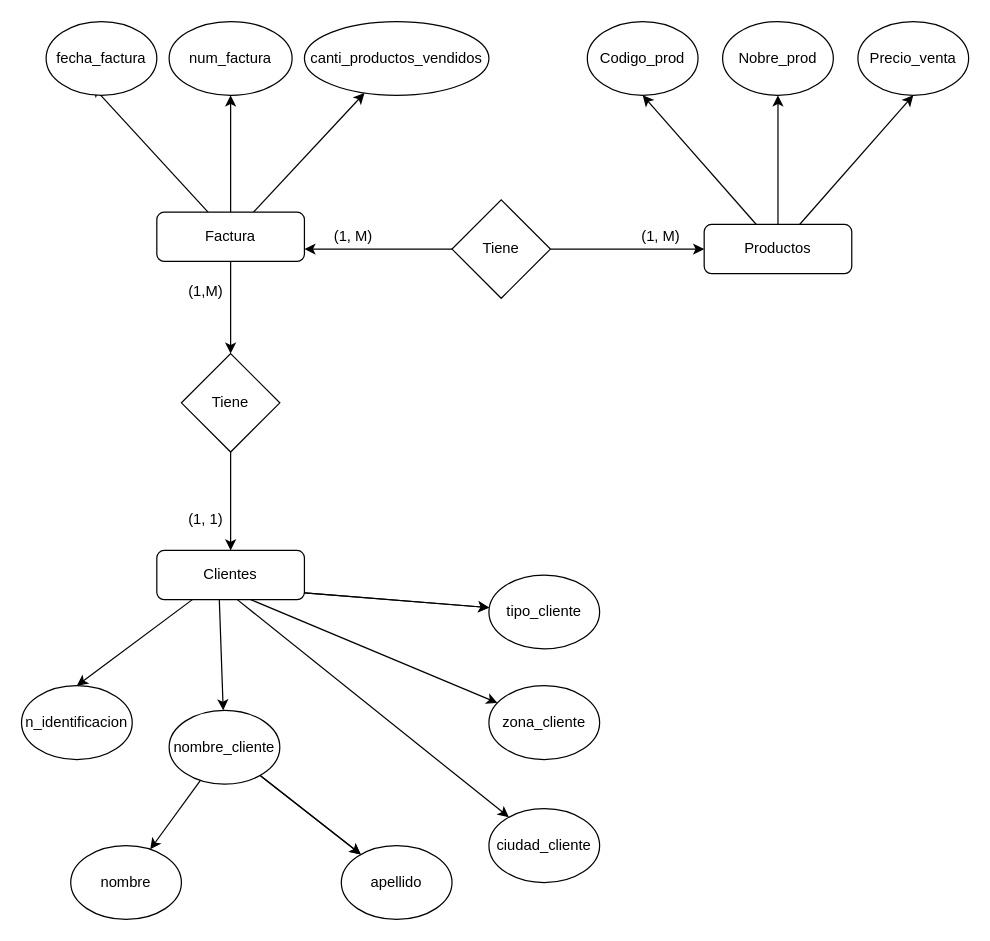
The draw.io diagram Diagrama sin título.drawio in CarlosOrtiz-21/Python-Proyects, before the edit. Source tidied: cells renumbered, new cells numbered last; positions are measured from the earlier drawing's top-left corner, leaving out a move shared by most shapes. Both pictures are drawn from the tidied source at 123%, with x=0, y=0 at pixel (21, 21).
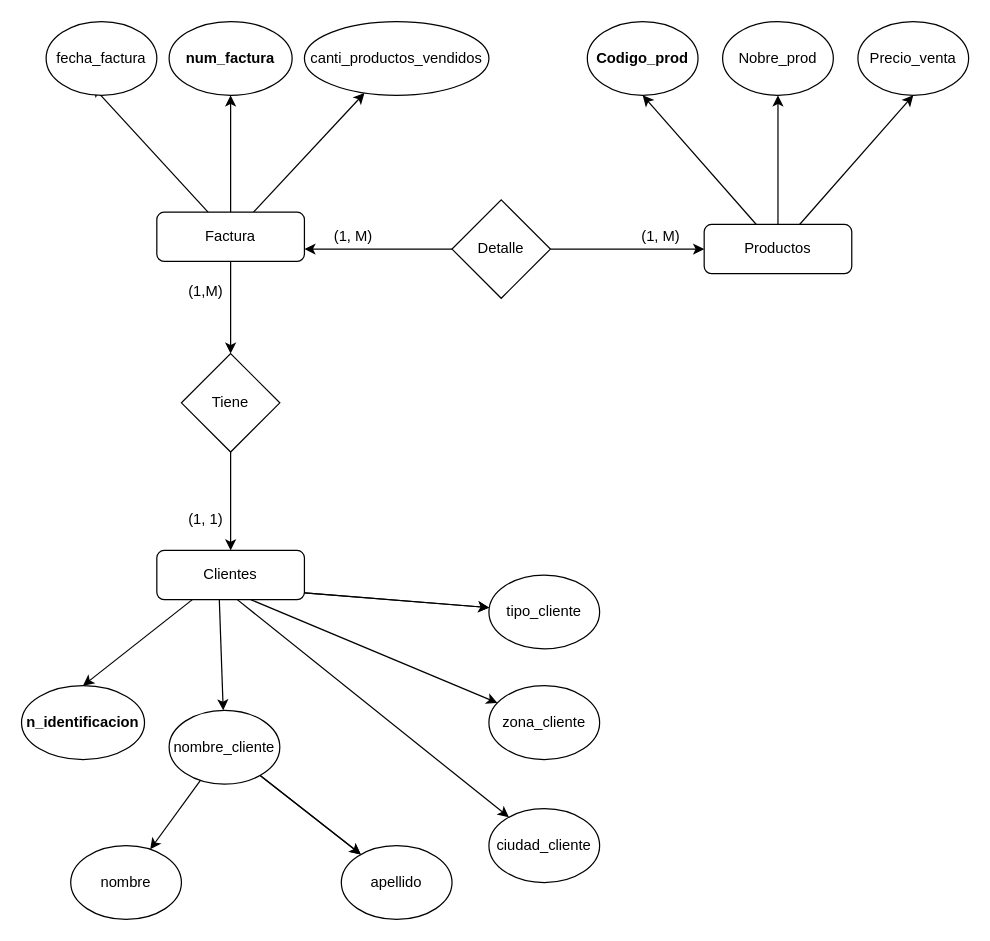
The same diagram, later.

Change to the diagram source:
```diff
@@
-    <mxCell id="7" value="num_factura" style="ellipse;whiteSpace=wrap;html=1;" parent="1" vertex="1">
+    <mxCell id="7" value="num_factura" style="ellipse;whiteSpace=wrap;html=1;fontStyle=1;" parent="1" vertex="1">
       <mxGeometry x="120" width="100" height="60" as="geometry" />
     </mxCell>
@@
-    <mxCell id="14" value="Codigo_prod" style="ellipse;whiteSpace=wrap;html=1;" parent="1" vertex="1">
+    <mxCell id="14" value="Codigo_prod" style="ellipse;whiteSpace=wrap;html=1;fontStyle=1;" parent="1" vertex="1">
       <mxGeometry x="460" width="90" height="60" as="geometry" />
     </mxCell>
@@
-    <mxCell id="23" value="n_identificacion" style="ellipse;whiteSpace=wrap;html=1;" parent="1" vertex="1">
-      <mxGeometry y="540" width="90" height="60" as="geometry" />
+    <mxCell id="23" value="n_identificacion" style="ellipse;whiteSpace=wrap;html=1;fontStyle=1;" parent="1" vertex="1">
+      <mxGeometry y="540" width="100" height="60" as="geometry" />
     </mxCell>
@@
-    <mxCell id="35" value="Tiene" style="rhombus;whiteSpace=wrap;html=1;" parent="1" vertex="1">
+    <mxCell id="35" value="Detalle" style="rhombus;whiteSpace=wrap;html=1;" parent="1" vertex="1">
       <mxGeometry x="350" y="145" width="80" height="80" as="geometry" />
     </mxCell>
```
